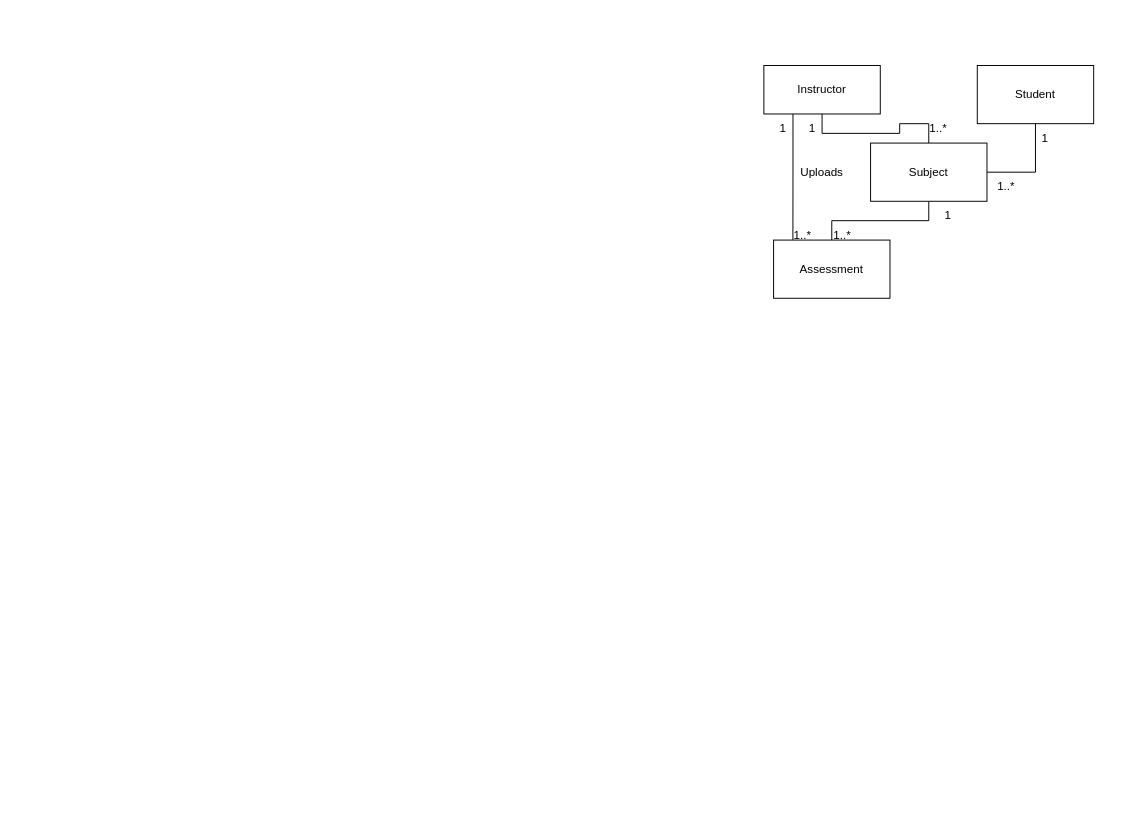
Before: Workshop3.drawio in SWEN30006-14/Workshops, a draw.io diagram. Source tidied: cells renumbered, new cells numbered last; positions are measured from the earlier drawing's top-left corner, leaving out a move shared by most shapes. Both pictures are drawn from the tidied source at 97%, with x=0, y=0 at pixel (754, 65).
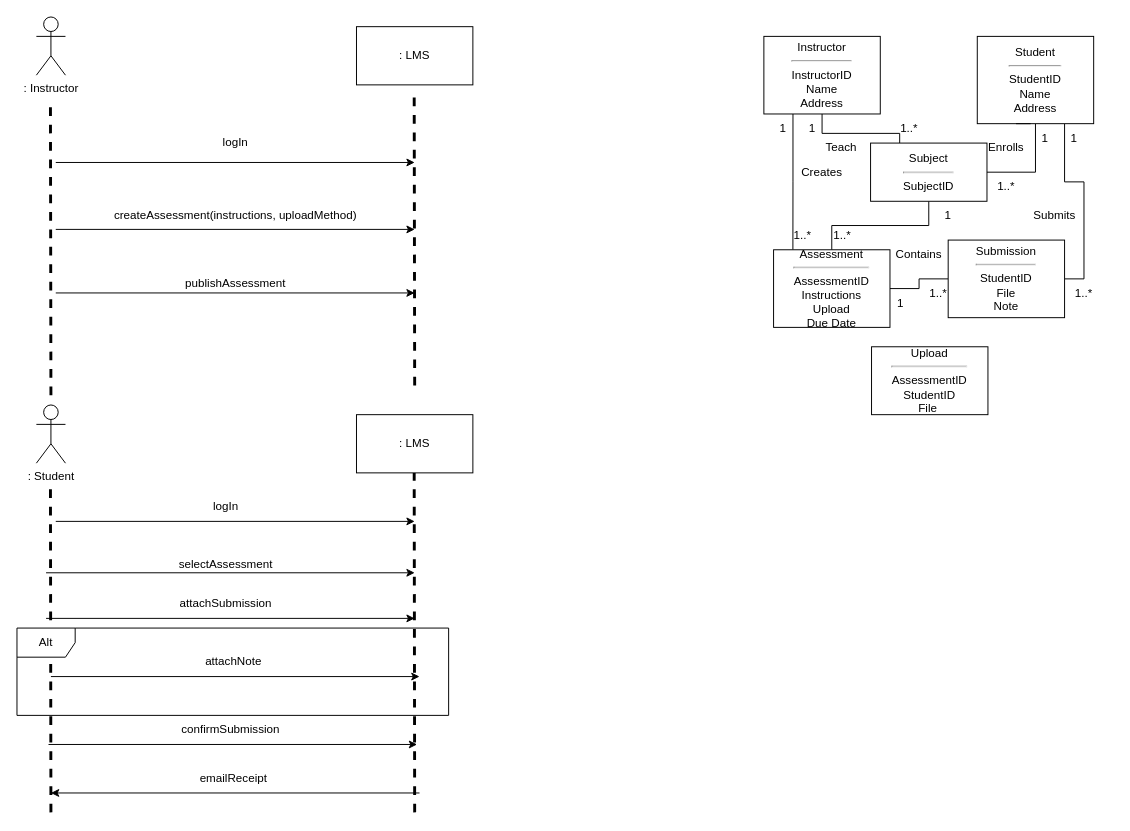
The same diagram, later.

The change refers to these unchanged cells:
```xml
<mxCell id="13" value="1" style="text;html=1;strokeColor=none;fillColor=none;align=center;verticalAlign=middle;whiteSpace=wrap;rounded=0;" parent="1" vertex="1">
  <mxGeometry x="270" y="60" width="60" height="30" as="geometry" />
</mxCell>
```

What changed in the source:
```diff
@@
-    <mxCell id="2" style="edgeStyle=orthogonalEdgeStyle;rounded=0;jettySize=auto;html=1;entryX=0.5;entryY=0;entryDx=0;entryDy=0;endArrow=none;endFill=0;" parent="1" edge="1" source="4" target="6">
+    <mxCell id="2" style="edgeStyle=orthogonalEdgeStyle;rounded=0;jettySize=auto;html=1;entryX=0.25;entryY=0;entryDx=0;entryDy=0;endArrow=none;endFill=0;" parent="1" edge="1" source="4" target="6">
       <mxGeometry relative="1" as="geometry" />
     </mxCell>
@@
-    <mxCell id="4" value="Instructor" style="rounded=0;whiteSpace=wrap;html=1;" parent="1" vertex="1">
-      <mxGeometry x="10" width="120" height="50" as="geometry" />
+    <mxCell id="4" value="Instructor&lt;br&gt;&lt;hr&gt;InstructorID&lt;br&gt;Name&lt;br&gt;Address" style="rounded=0;whiteSpace=wrap;html=1;" parent="1" vertex="1">
+      <mxGeometry x="10" y="-30" width="120" height="80" as="geometry" />
     </mxCell>
@@
-    <mxCell id="6" value="Subject" style="rounded=0;whiteSpace=wrap;html=1;" parent="1" vertex="1">
+    <mxCell id="6" value="Subject&lt;br&gt;&lt;hr&gt;SubjectID" style="rounded=0;whiteSpace=wrap;html=1;" parent="1" vertex="1">
       <mxGeometry x="120" y="80" width="120" height="60" as="geometry" />
     </mxCell>
+    <mxCell id="19" style="edgeStyle=orthogonalEdgeStyle;rounded=0;jettySize=auto;html=1;entryX=0;entryY=0.5;entryDx=0;entryDy=0;endArrow=none;endFill=0;" parent="1" edge="1" source="7" target="22">
+      <mxGeometry relative="1" as="geometry" />
+    </mxCell>
-    <mxCell id="7" value="Assessment" style="rounded=0;whiteSpace=wrap;html=1;" parent="1" vertex="1">
-      <mxGeometry x="20" y="180" width="120" height="60" as="geometry" />
+    <mxCell id="7" value="Assessment&lt;br&gt;&lt;hr style=&quot;text-align: left;&quot;&gt;AssessmentID&lt;br&gt;Instructions&lt;br&gt;Upload&lt;br&gt;Due Date" style="rounded=0;whiteSpace=wrap;html=1;" parent="1" vertex="1">
+      <mxGeometry x="20" y="190" width="120" height="80" as="geometry" />
     </mxCell>
@@
+    <mxCell id="20" style="edgeStyle=orthogonalEdgeStyle;rounded=0;jettySize=auto;html=1;endArrow=none;endFill=0;entryX=1;entryY=0.5;entryDx=0;entryDy=0;exitX=0.75;exitY=1;exitDx=0;exitDy=0;" parent="1" edge="1" source="9" target="22">
+      <mxGeometry relative="1" as="geometry" />
+    </mxCell>
-    <mxCell id="9" value="Student" style="rounded=0;whiteSpace=wrap;html=1;" parent="1" vertex="1">
-      <mxGeometry x="230" width="120" height="60" as="geometry" />
+    <mxCell id="9" value="Student&lt;br&gt;&lt;hr&gt;StudentID&lt;br&gt;Name&lt;br&gt;Address&lt;br&gt;" style="rounded=0;whiteSpace=wrap;html=1;" parent="1" vertex="1">
+      <mxGeometry x="230" y="-30" width="120" height="90" as="geometry" />
     </mxCell>
     <mxCell id="10" value="1..*" style="text;html=1;strokeColor=none;fillColor=none;align=center;verticalAlign=middle;whiteSpace=wrap;rounded=0;" parent="1" vertex="1">
-      <mxGeometry x="160" y="50" width="60" height="30" as="geometry" />
+      <mxGeometry x="130" y="50" width="60" height="30" as="geometry" />
     </mxCell>
@@
-    <mxCell id="16" value="Uploads" style="text;html=1;strokeColor=none;fillColor=none;align=center;verticalAlign=middle;whiteSpace=wrap;rounded=0;" parent="1" vertex="1">
+    <mxCell id="16" value="Creates" style="text;html=1;strokeColor=none;fillColor=none;align=center;verticalAlign=middle;whiteSpace=wrap;rounded=0;" parent="1" vertex="1">
       <mxGeometry x="40" y="95" width="60" height="30" as="geometry" />
     </mxCell>
@@
+    <mxCell id="21" value="Submits" style="text;html=1;strokeColor=none;fillColor=none;align=center;verticalAlign=middle;whiteSpace=wrap;rounded=0;" parent="1" vertex="1">
+      <mxGeometry x="280" y="140" width="60" height="30" as="geometry" />
+    </mxCell>
+    <mxCell id="22" value="Submission&lt;br&gt;&lt;hr&gt;StudentID&lt;br&gt;File&lt;br&gt;Note" style="rounded=0;whiteSpace=wrap;html=1;" parent="1" vertex="1">
+      <mxGeometry x="200" y="180" width="120" height="80" as="geometry" />
+    </mxCell>
+    <mxCell id="23" value="Contains" style="text;html=1;strokeColor=none;fillColor=none;align=center;verticalAlign=middle;whiteSpace=wrap;rounded=0;" parent="1" vertex="1">
+      <mxGeometry x="140" y="180" width="60" height="30" as="geometry" />
+    </mxCell>
+    <mxCell id="24" value="1" style="text;html=1;strokeColor=none;fillColor=none;align=center;verticalAlign=middle;whiteSpace=wrap;rounded=0;" parent="1" vertex="1">
+      <mxGeometry x="121" y="230" width="60" height="30" as="geometry" />
+    </mxCell>
+    <mxCell id="25" value="1..*" style="text;html=1;strokeColor=none;fillColor=none;align=center;verticalAlign=middle;whiteSpace=wrap;rounded=0;" parent="1" vertex="1">
+      <mxGeometry x="160" y="220" width="60" height="30" as="geometry" />
+    </mxCell>
+    <mxCell id="26" value="1..*" style="text;html=1;strokeColor=none;fillColor=none;align=center;verticalAlign=middle;whiteSpace=wrap;rounded=0;" parent="1" vertex="1">
+      <mxGeometry x="310" y="220" width="60" height="30" as="geometry" />
+    </mxCell>
+    <mxCell id="27" style="edgeStyle=orthogonalEdgeStyle;rounded=0;orthogonalLoop=1;jettySize=auto;html=1;exitX=0.25;exitY=0;exitDx=0;exitDy=0;entryX=0;entryY=0;entryDx=0;entryDy=0;endArrow=none;endFill=0;" parent="1" edge="1" source="13" target="13">
+      <mxGeometry relative="1" as="geometry" />
+    </mxCell>
+    <mxCell id="28" value="1" style="text;html=1;strokeColor=none;fillColor=none;align=center;verticalAlign=middle;whiteSpace=wrap;rounded=0;" parent="1" vertex="1">
+      <mxGeometry x="300" y="60" width="60" height="30" as="geometry" />
+    </mxCell>
+    <mxCell id="29" value="Enrolls" style="text;html=1;strokeColor=none;fillColor=none;align=center;verticalAlign=middle;whiteSpace=wrap;rounded=0;" parent="1" vertex="1">
+      <mxGeometry x="230" y="70" width="60" height="30" as="geometry" />
+    </mxCell>
+    <mxCell id="30" value="Teach" style="text;html=1;strokeColor=none;fillColor=none;align=center;verticalAlign=middle;whiteSpace=wrap;rounded=0;" parent="1" vertex="1">
+      <mxGeometry x="60" y="70" width="60" height="30" as="geometry" />
+    </mxCell>
+    <mxCell id="31" value="Upload&lt;br&gt;&lt;hr style=&quot;text-align: left;&quot;&gt;AssessmentID&lt;br&gt;StudentID&lt;br&gt;File&amp;nbsp;" style="rounded=0;whiteSpace=wrap;html=1;" parent="1" vertex="1">
+      <mxGeometry x="121" y="290" width="120" height="70" as="geometry" />
+    </mxCell>
+    <mxCell id="32" value=": Instructor" style="shape=umlActor;verticalLabelPosition=bottom;verticalAlign=top;html=1;" parent="1" vertex="1">
+      <mxGeometry x="-740" y="-50" width="30" height="60" as="geometry" />
+    </mxCell>
+    <mxCell id="33" style="endArrow=none;html=1;rounded=0;strokeWidth=3;dashed=1;" parent="1" edge="1">
+      <mxGeometry relative="1" as="geometry">
+        <mxPoint x="-725" y="340" as="sourcePoint" />
+        <mxPoint x="-725.5" y="40" as="targetPoint" />
+      </mxGeometry>
+    </mxCell>
+    <mxCell id="34" value=": LMS" style="rounded=0;whiteSpace=wrap;html=1;" parent="1" vertex="1">
+      <mxGeometry x="-410" y="-40" width="120" height="60" as="geometry" />
+    </mxCell>
+    <mxCell id="35" style="endArrow=none;html=1;rounded=0;strokeWidth=3;dashed=1;" parent="1" edge="1">
+      <mxGeometry relative="1" as="geometry">
+        <mxPoint x="-350" y="330" as="sourcePoint" />
+        <mxPoint x="-350.5" y="30" as="targetPoint" />
+      </mxGeometry>
+    </mxCell>
+    <mxCell id="36" style="endArrow=classic;html=1;rounded=0;strokeWidth=1;" parent="1" edge="1">
+      <mxGeometry relative="1" as="geometry">
+        <mxPoint x="-720" y="100" as="sourcePoint" />
+        <mxPoint x="-350" y="100" as="targetPoint" />
+      </mxGeometry>
+    </mxCell>
+    <mxCell id="37" value="logIn" style="text;html=1;align=center;verticalAlign=middle;strokeColor=none;fillColor=none;" parent="1" vertex="1">
+      <mxGeometry x="-560" y="65" width="50" height="30" as="geometry" />
+    </mxCell>
+    <mxCell id="38" style="endArrow=classic;html=1;rounded=0;strokeWidth=1;" parent="1" edge="1">
+      <mxGeometry relative="1" as="geometry">
+        <mxPoint x="-720" y="169" as="sourcePoint" />
+        <mxPoint x="-350" y="169" as="targetPoint" />
+      </mxGeometry>
+    </mxCell>
+    <mxCell id="39" value="createAssessment(instructions, uploadMethod)" style="text;html=1;align=center;verticalAlign=middle;strokeColor=none;fillColor=none;" parent="1" vertex="1">
+      <mxGeometry x="-670" y="140" width="270" height="30" as="geometry" />
+    </mxCell>
+    <mxCell id="40" style="endArrow=classic;html=1;rounded=0;strokeWidth=1;" parent="1" edge="1">
+      <mxGeometry relative="1" as="geometry">
+        <mxPoint x="-720" y="234.5" as="sourcePoint" />
+        <mxPoint x="-350" y="234.5" as="targetPoint" />
+      </mxGeometry>
+    </mxCell>
+    <mxCell id="41" value="publishAssessment" style="text;html=1;align=center;verticalAlign=middle;strokeColor=none;fillColor=none;" parent="1" vertex="1">
+      <mxGeometry x="-600" y="210" width="130" height="30" as="geometry" />
+    </mxCell>
+    <mxCell id="42" value=": Student" style="shape=umlActor;verticalLabelPosition=bottom;verticalAlign=top;html=1;" parent="1" vertex="1">
+      <mxGeometry x="-740" y="350" width="30" height="60" as="geometry" />
+    </mxCell>
+    <mxCell id="43" style="endArrow=none;html=1;rounded=0;strokeWidth=3;dashed=1;" parent="1" edge="1">
+      <mxGeometry relative="1" as="geometry">
+        <mxPoint x="-725" y="770" as="sourcePoint" />
+        <mxPoint x="-725.5" y="430" as="targetPoint" />
+      </mxGeometry>
+    </mxCell>
+    <mxCell id="44" style="endArrow=none;html=1;rounded=0;strokeWidth=3;dashed=1;" parent="1" edge="1">
+      <mxGeometry relative="1" as="geometry">
+        <mxPoint x="-350" y="770" as="sourcePoint" />
+        <mxPoint x="-350.5" y="420" as="targetPoint" />
+      </mxGeometry>
+    </mxCell>
+    <mxCell id="45" value=": LMS" style="rounded=0;whiteSpace=wrap;html=1;" parent="1" vertex="1">
+      <mxGeometry x="-410" y="360" width="120" height="60" as="geometry" />
+    </mxCell>
+    <mxCell id="46" style="endArrow=classic;html=1;rounded=0;strokeWidth=1;" parent="1" edge="1">
+      <mxGeometry relative="1" as="geometry">
+        <mxPoint x="-720" y="470" as="sourcePoint" />
+        <mxPoint x="-350" y="470" as="targetPoint" />
+      </mxGeometry>
+    </mxCell>
+    <mxCell id="47" value="logIn" style="text;html=1;align=center;verticalAlign=middle;strokeColor=none;fillColor=none;" parent="1" vertex="1">
+      <mxGeometry x="-570" y="440" width="50" height="30" as="geometry" />
+    </mxCell>
+    <mxCell id="48" style="endArrow=classic;html=1;rounded=0;strokeWidth=1;" parent="1" edge="1">
+      <mxGeometry relative="1" as="geometry">
+        <mxPoint x="-730" y="523" as="sourcePoint" />
+        <mxPoint x="-350" y="523" as="targetPoint" />
+      </mxGeometry>
+    </mxCell>
+    <mxCell id="49" value="selectAssessment" style="text;html=1;align=center;verticalAlign=middle;strokeColor=none;fillColor=none;" parent="1" vertex="1">
+      <mxGeometry x="-605" y="500" width="120" height="30" as="geometry" />
+    </mxCell>
+    <mxCell id="50" style="endArrow=classic;html=1;rounded=0;strokeWidth=1;" parent="1" edge="1">
+      <mxGeometry relative="1" as="geometry">
+        <mxPoint x="-730" y="570" as="sourcePoint" />
+        <mxPoint x="-350" y="570" as="targetPoint" />
+      </mxGeometry>
+    </mxCell>
+    <mxCell id="51" value="attachSubmission" style="text;html=1;align=center;verticalAlign=middle;strokeColor=none;fillColor=none;" parent="1" vertex="1">
+      <mxGeometry x="-605" y="540" width="120" height="30" as="geometry" />
+    </mxCell>
+    <mxCell id="52" value="Alt" style="shape=umlFrame;whiteSpace=wrap;html=1;" parent="1" vertex="1">
+      <mxGeometry x="-760" y="580" width="445" height="90" as="geometry" />
+    </mxCell>
+    <mxCell id="53" style="endArrow=classic;html=1;rounded=0;strokeWidth=1;" parent="1" edge="1">
+      <mxGeometry relative="1" as="geometry">
+        <mxPoint x="-725" y="630" as="sourcePoint" />
+        <mxPoint x="-345" y="630" as="targetPoint" />
+      </mxGeometry>
+    </mxCell>
+    <mxCell id="54" value="attachNote" style="text;html=1;align=center;verticalAlign=middle;strokeColor=none;fillColor=none;" parent="1" vertex="1">
+      <mxGeometry x="-577.5" y="600" width="80" height="30" as="geometry" />
+    </mxCell>
+    <mxCell id="55" style="endArrow=classic;html=1;rounded=0;strokeWidth=1;" parent="1" edge="1">
+      <mxGeometry relative="1" as="geometry">
+        <mxPoint x="-727.5" y="700" as="sourcePoint" />
+        <mxPoint x="-347.5" y="700" as="targetPoint" />
+      </mxGeometry>
+    </mxCell>
+    <mxCell id="56" value="confirmSubmission" style="text;html=1;align=center;verticalAlign=middle;strokeColor=none;fillColor=none;" parent="1" vertex="1">
+      <mxGeometry x="-600" y="670" width="120" height="30" as="geometry" />
+    </mxCell>
+    <mxCell id="57" style="endArrow=classic;html=1;rounded=0;strokeWidth=1;" parent="1" edge="1">
+      <mxGeometry relative="1" as="geometry">
+        <mxPoint x="-345" y="750" as="sourcePoint" />
+        <mxPoint x="-725" y="750" as="targetPoint" />
+      </mxGeometry>
+    </mxCell>
+    <mxCell id="58" value="emailReceipt" style="text;html=1;align=center;verticalAlign=middle;strokeColor=none;fillColor=none;" parent="1" vertex="1">
+      <mxGeometry x="-582.5" y="720" width="90" height="30" as="geometry" />
+    </mxCell>
```
